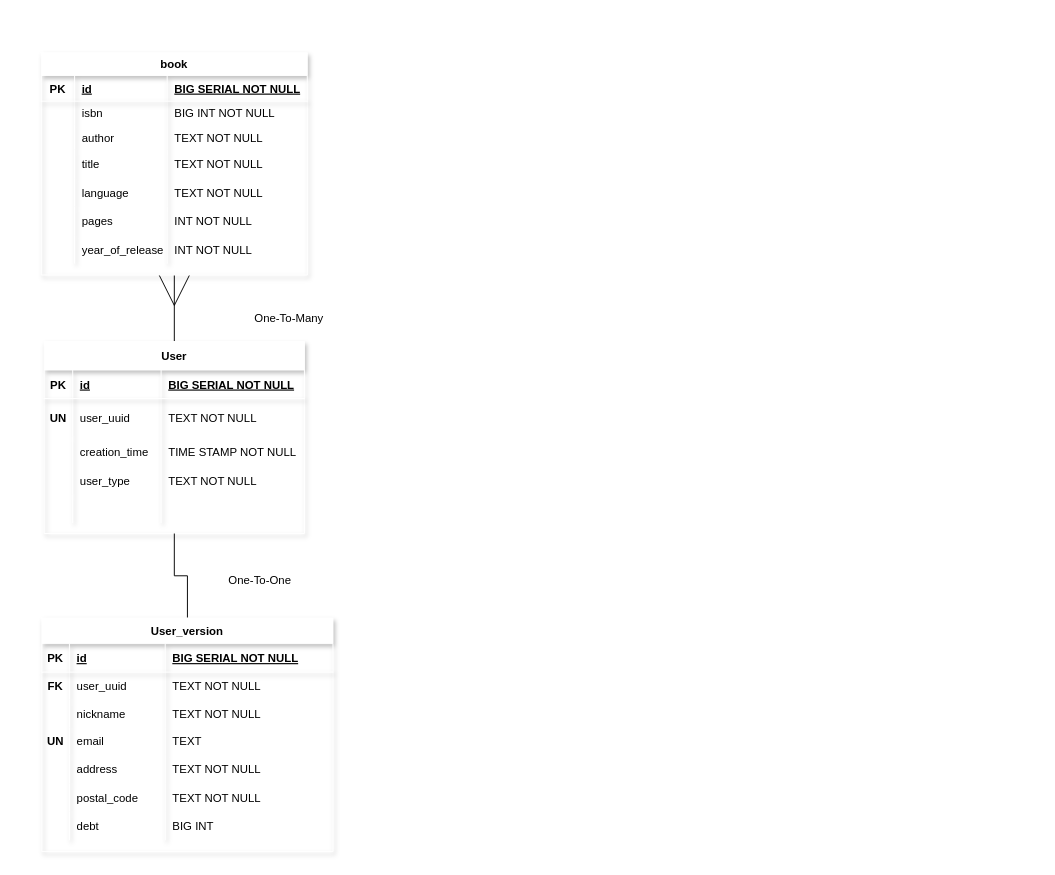
The draw.io diagram src/main/resources/static/Diagram bez tytułu.drawio in rafalm123/library-monolith, before the edit. Source tidied: cells renumbered, new cells numbered last; positions are measured from the earlier drawing's top-left corner, leaving out a move shared by most shapes. Both pictures are drawn from the tidied source at 95%, with x=0, y=0 at pixel (41, 52).
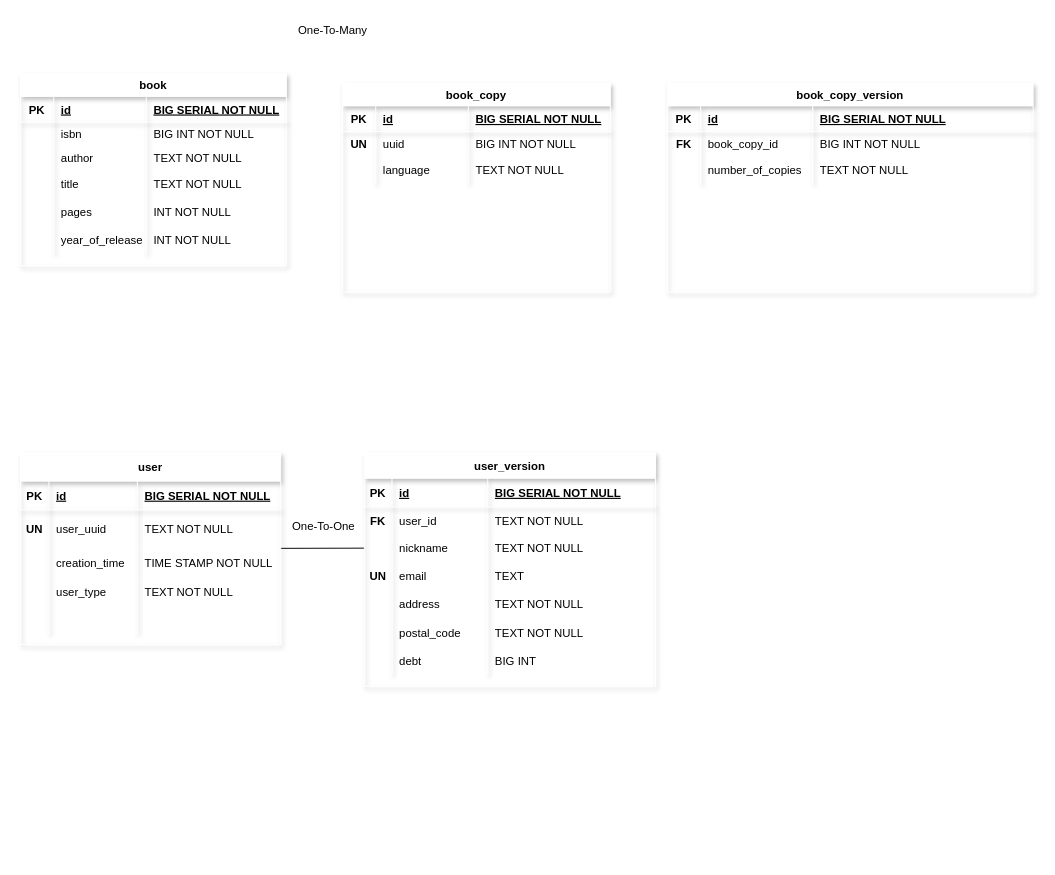
After the change.

The change refers to these unchanged cells:
```xml
<mxCell id="59" style="shape=tableRow;horizontal=0;startSize=0;swimlaneHead=0;swimlaneBody=0;fillColor=none;top=0;left=0;right=0;bottom=0;shadow=1;strokeColor=#FFFFFF;" parent="54" vertex="1">
  <mxGeometry y="57" width="306.5" height="29" as="geometry" />
</mxCell>
<mxCell id="63" style="shape=tableRow;horizontal=0;startSize=0;swimlaneHead=0;swimlaneBody=0;fillColor=none;points=[[0,0.5],[1,0.5]];portConstraint=eastwest;top=0;left=0;right=0;bottom=0;shadow=1;strokeColor=#FFFFFF;" parent="54" vertex="1">
  <mxGeometry y="86" width="306.5" height="29" as="geometry" />
</mxCell>
```

Diff of the diagram source:
```diff
@@
-    <mxCell id="2" style="rounded=0;jettySize=auto;html=1;strokeColor=#000000;exitX=0.5;exitY=0;exitDx=0;exitDy=0;entryX=0.5;entryY=1;entryDx=0;entryDy=0;endArrow=ERmany;endFill=0;endSize=30;" parent="1" edge="1" source="32" target="3">
-      <mxGeometry relative="1" as="geometry" />
-    </mxCell>
     <mxCell id="3" value="book" style="shape=table;startSize=24;childLayout=tableLayout;rowLines=0;fontStyle=1;align=center;shadow=1;strokeColor=#FFFFFF;fillColor=default;" parent="1" vertex="1">
-      <mxGeometry width="280" height="234" as="geometry" />
+      <mxGeometry x="-22" y="22" width="280" height="202.2" as="geometry" />
     </mxCell>
@@
     <mxCell id="16" style="shape=tableRow;horizontal=0;startSize=0;swimlaneHead=0;swimlaneBody=0;fillColor=none;top=0;left=0;right=0;bottom=0;shadow=1;strokeColor=#FFFFFF;" parent="3" vertex="1">
-      <mxGeometry y="102" width="280" height="30" as="geometry" />
+      <mxGeometry y="102" width="280" height="28" as="geometry" />
     </mxCell>
     <mxCell id="17" style="shape=partialRectangle;fillColor=none;top=0;left=0;bottom=0;right=0;overflow=hidden;shadow=1;strokeColor=#FFFFFF;" parent="16" vertex="1">
-      <mxGeometry width="35" height="30" as="geometry" />
+      <mxGeometry width="35" height="28" as="geometry" />
     </mxCell>
     <mxCell id="18" value="title" style="shape=partialRectangle;fillColor=none;top=0;left=0;bottom=0;right=0;align=left;spacingLeft=6;overflow=hidden;shadow=1;strokeColor=#FFFFFF;" parent="16" vertex="1">
-      <mxGeometry x="35" width="97.5" height="30" as="geometry" />
+      <mxGeometry x="35" width="97.5" height="28" as="geometry" />
     </mxCell>
     <mxCell id="19" value="TEXT NOT NULL" style="shape=partialRectangle;fillColor=none;top=0;left=0;bottom=0;right=0;align=left;spacingLeft=6;overflow=hidden;shadow=1;strokeColor=#FFFFFF;" parent="16" vertex="1">
-      <mxGeometry x="132.5" width="147.5" height="30" as="geometry" />
+      <mxGeometry x="132.5" width="147.5" height="28" as="geometry" />
     </mxCell>
-    <mxCell id="20" style="shape=tableRow;horizontal=0;startSize=0;swimlaneHead=0;swimlaneBody=0;fillColor=none;top=0;left=0;right=0;bottom=0;shadow=1;strokeColor=#FFFFFF;" parent="3" vertex="1">
-      <mxGeometry y="132" width="280" height="30" as="geometry" />
-    </mxCell>
-    <mxCell id="21" style="shape=partialRectangle;fillColor=none;top=0;left=0;bottom=0;right=0;overflow=hidden;shadow=1;strokeColor=#FFFFFF;" parent="20" vertex="1">
-      <mxGeometry width="35" height="30" as="geometry" />
-    </mxCell>
-    <mxCell id="22" value="language" style="shape=partialRectangle;fillColor=none;top=0;left=0;bottom=0;right=0;align=left;spacingLeft=6;overflow=hidden;shadow=1;strokeColor=#FFFFFF;" parent="20" vertex="1">
-      <mxGeometry x="35" width="97.5" height="30" as="geometry" />
-    </mxCell>
-    <mxCell id="23" value="TEXT NOT NULL" style="shape=partialRectangle;fillColor=none;top=0;left=0;bottom=0;right=0;align=left;spacingLeft=6;overflow=hidden;shadow=1;strokeColor=#FFFFFF;" parent="20" vertex="1">
-      <mxGeometry x="132.5" width="147.5" height="30" as="geometry" />
-    </mxCell>
     <mxCell id="24" style="shape=tableRow;horizontal=0;startSize=0;swimlaneHead=0;swimlaneBody=0;fillColor=none;top=0;left=0;right=0;bottom=0;shadow=1;strokeColor=#FFFFFF;" parent="3" vertex="1">
-      <mxGeometry y="162" width="280" height="30" as="geometry" />
+      <mxGeometry y="130" width="280" height="30" as="geometry" />
     </mxCell>
@@
     <mxCell id="28" style="shape=tableRow;horizontal=0;startSize=0;swimlaneHead=0;swimlaneBody=0;fillColor=none;top=0;left=0;right=0;bottom=0;shadow=1;strokeColor=#FFFFFF;" parent="3" vertex="1">
-      <mxGeometry y="192" width="280" height="30" as="geometry" />
+      <mxGeometry y="160" width="280" height="30" as="geometry" />
     </mxCell>
@@
+    <mxCell id="85" style="edgeStyle=none;rounded=0;jettySize=auto;html=1;entryX=0;entryY=0.5;entryDx=0;entryDy=0;strokeColor=#000000;endArrow=none;endFill=0;" parent="1" edge="1" source="32" target="63">
+      <mxGeometry relative="1" as="geometry" />
+    </mxCell>
-    <mxCell id="32" value="User" style="shape=table;startSize=30;childLayout=tableLayout;rowLines=0;fontStyle=1;align=center;shadow=1;strokeColor=#FFFFFF;fillColor=default;" parent="1" vertex="1">
-      <mxGeometry x="3" y="304" width="274" height="202.1" as="geometry" />
+    <mxCell id="32" value="user" style="shape=table;startSize=30;childLayout=tableLayout;rowLines=0;fontStyle=1;align=center;shadow=1;strokeColor=#FFFFFF;fillColor=default;" parent="1" vertex="1">
+      <mxGeometry x="-22" y="421" width="274" height="202.1" as="geometry" />
     </mxCell>
@@
-    <mxCell id="53" style="edgeStyle=orthogonalEdgeStyle;rounded=0;jettySize=auto;html=1;entryX=0.5;entryY=1;entryDx=0;entryDy=0;endArrow=none;endFill=0;" parent="1" edge="1" source="54" target="32">
-      <mxGeometry relative="1" as="geometry" />
-    </mxCell>
-    <mxCell id="54" value="User_version" style="shape=table;startSize=27;childLayout=tableLayout;rowLines=0;fontStyle=1;align=center;shadow=1;strokeColor=#FFFFFF;fillColor=default;" parent="1" vertex="1">
-      <mxGeometry x="0.5" y="595" width="306.5" height="245.9" as="geometry" />
+    <mxCell id="54" value="user_version" style="shape=table;startSize=27;childLayout=tableLayout;rowLines=0;fontStyle=1;align=center;shadow=1;strokeColor=#FFFFFF;fillColor=default;" parent="1" vertex="1">
+      <mxGeometry x="340" y="421" width="306.5" height="245.9" as="geometry" />
     </mxCell>
@@
-    <mxCell id="61" value="user_uuid" style="shape=partialRectangle;fillColor=none;top=0;left=0;bottom=0;right=0;align=left;spacingLeft=6;overflow=hidden;shadow=1;strokeColor=#FFFFFF;" parent="59" vertex="1">
+    <mxCell id="61" value="user_id" style="shape=partialRectangle;fillColor=none;top=0;left=0;bottom=0;right=0;align=left;spacingLeft=6;overflow=hidden;shadow=1;strokeColor=#FFFFFF;" parent="59" vertex="1">
       <mxGeometry x="29.1" width="100.8" height="29" as="geometry" />
     </mxCell>
@@
     <mxCell id="83" value="One-To-One&amp;nbsp;" style="text;html=1;strokeColor=none;fillColor=none;align=center;verticalAlign=middle;whiteSpace=wrap;rounded=0;" parent="1" vertex="1">
-      <mxGeometry x="180" y="541" width="104" height="30" as="geometry" />
+      <mxGeometry x="247" y="484" width="104" height="30" as="geometry" />
     </mxCell>
     <mxCell id="84" value="One-To-Many" style="text;html=1;strokeColor=none;fillColor=none;align=center;verticalAlign=middle;whiteSpace=wrap;rounded=0;" parent="1" vertex="1">
-      <mxGeometry x="180" y="265" width="162" height="30" as="geometry" />
+      <mxGeometry x="226" y="-38" width="162" height="30" as="geometry" />
     </mxCell>
+    <mxCell id="86" value="book_copy_version" style="shape=table;startSize=24;childLayout=tableLayout;rowLines=0;fontStyle=1;align=center;shadow=1;strokeColor=#FFFFFF;fillColor=default;" parent="1" vertex="1">
+      <mxGeometry x="659" y="32" width="385" height="220" as="geometry" />
+    </mxCell>
+    <mxCell id="87" style="shape=tableRow;horizontal=0;startSize=0;swimlaneHead=0;swimlaneBody=0;fillColor=none;top=0;left=0;right=0;bottom=1;shadow=1;strokeColor=#FFFFFF;" parent="86" vertex="1">
+      <mxGeometry y="24" width="385" height="27" as="geometry" />
+    </mxCell>
+    <mxCell id="88" value="PK" style="shape=partialRectangle;fillColor=none;top=0;left=0;bottom=0;right=0;fontStyle=1;overflow=hidden;shadow=1;strokeColor=#FFFFFF;" parent="87" vertex="1">
+      <mxGeometry width="35" height="27" as="geometry" />
+    </mxCell>
+    <mxCell id="89" value="id" style="shape=partialRectangle;fillColor=none;top=0;left=0;bottom=0;right=0;align=left;spacingLeft=6;fontStyle=5;overflow=hidden;shadow=1;strokeColor=#FFFFFF;" parent="87" vertex="1">
+      <mxGeometry x="35" width="118" height="27" as="geometry" />
+    </mxCell>
+    <mxCell id="90" value="BIG SERIAL NOT NULL" style="shape=partialRectangle;fillColor=none;top=0;left=0;bottom=0;right=0;align=left;spacingLeft=6;fontStyle=5;overflow=hidden;shadow=1;strokeColor=#FFFFFF;" parent="87" vertex="1">
+      <mxGeometry x="153" width="232" height="27" as="geometry" />
+    </mxCell>
+    <mxCell id="91" style="shape=tableRow;horizontal=0;startSize=0;swimlaneHead=0;swimlaneBody=0;fillColor=none;top=0;left=0;right=0;bottom=0;shadow=1;strokeColor=#FFFFFF;" parent="86" vertex="1">
+      <mxGeometry y="51" width="385" height="25" as="geometry" />
+    </mxCell>
+    <mxCell id="92" value="FK" style="shape=partialRectangle;fillColor=none;top=0;left=0;bottom=0;right=0;overflow=hidden;shadow=1;strokeColor=#FFFFFF;fontStyle=1;" parent="91" vertex="1">
+      <mxGeometry width="35" height="25" as="geometry" />
+    </mxCell>
+    <mxCell id="93" value="book_copy_id" style="shape=partialRectangle;fillColor=none;top=0;left=0;bottom=0;right=0;align=left;spacingLeft=6;overflow=hidden;shadow=1;strokeColor=#FFFFFF;" parent="91" vertex="1">
+      <mxGeometry x="35" width="118" height="25" as="geometry" />
+    </mxCell>
+    <mxCell id="94" value="BIG INT NOT NULL" style="shape=partialRectangle;fillColor=none;top=0;left=0;bottom=0;right=0;align=left;spacingLeft=6;overflow=hidden;shadow=1;strokeColor=#FFFFFF;" parent="91" vertex="1">
+      <mxGeometry x="153" width="232" height="25" as="geometry" />
+    </mxCell>
+    <mxCell id="95" style="shape=tableRow;horizontal=0;startSize=0;swimlaneHead=0;swimlaneBody=0;fillColor=none;top=0;left=0;right=0;bottom=0;shadow=1;strokeColor=#FFFFFF;" parent="86" vertex="1">
+      <mxGeometry y="76" width="385" height="30" as="geometry" />
+    </mxCell>
+    <mxCell id="96" style="shape=partialRectangle;fillColor=none;top=0;left=0;bottom=0;right=0;overflow=hidden;shadow=1;strokeColor=#FFFFFF;" parent="95" vertex="1">
+      <mxGeometry width="35" height="30" as="geometry" />
+    </mxCell>
+    <mxCell id="97" value="number_of_copies" style="shape=partialRectangle;fillColor=none;top=0;left=0;bottom=0;right=0;align=left;spacingLeft=6;overflow=hidden;shadow=1;strokeColor=#FFFFFF;" parent="95" vertex="1">
+      <mxGeometry x="35" width="118" height="30" as="geometry" />
+    </mxCell>
+    <mxCell id="98" value="TEXT NOT NULL" style="shape=partialRectangle;fillColor=none;top=0;left=0;bottom=0;right=0;align=left;spacingLeft=6;overflow=hidden;shadow=1;strokeColor=#FFFFFF;" parent="95" vertex="1">
+      <mxGeometry x="153" width="232" height="30" as="geometry" />
+    </mxCell>
+    <mxCell id="99" value="book_copy" style="shape=table;startSize=24;childLayout=tableLayout;rowLines=0;fontStyle=1;align=center;shadow=1;strokeColor=#FFFFFF;fillColor=default;" parent="1" vertex="1">
+      <mxGeometry x="317" y="32" width="282" height="220" as="geometry" />
+    </mxCell>
+    <mxCell id="100" style="shape=tableRow;horizontal=0;startSize=0;swimlaneHead=0;swimlaneBody=0;fillColor=none;top=0;left=0;right=0;bottom=1;shadow=1;strokeColor=#FFFFFF;" parent="99" vertex="1">
+      <mxGeometry y="24" width="282" height="27" as="geometry" />
+    </mxCell>
+    <mxCell id="101" value="PK" style="shape=partialRectangle;fillColor=none;top=0;left=0;bottom=0;right=0;fontStyle=1;overflow=hidden;shadow=1;strokeColor=#FFFFFF;" parent="100" vertex="1">
+      <mxGeometry width="35" height="27" as="geometry" />
+    </mxCell>
+    <mxCell id="102" value="id" style="shape=partialRectangle;fillColor=none;top=0;left=0;bottom=0;right=0;align=left;spacingLeft=6;fontStyle=5;overflow=hidden;shadow=1;strokeColor=#FFFFFF;" parent="100" vertex="1">
+      <mxGeometry x="35" width="97.5" height="27" as="geometry" />
+    </mxCell>
+    <mxCell id="103" value="BIG SERIAL NOT NULL" style="shape=partialRectangle;fillColor=none;top=0;left=0;bottom=0;right=0;align=left;spacingLeft=6;fontStyle=5;overflow=hidden;shadow=1;strokeColor=#FFFFFF;" parent="100" vertex="1">
+      <mxGeometry x="132.5" width="149.5" height="27" as="geometry" />
+    </mxCell>
+    <mxCell id="104" style="shape=tableRow;horizontal=0;startSize=0;swimlaneHead=0;swimlaneBody=0;fillColor=none;top=0;left=0;right=0;bottom=0;shadow=1;strokeColor=#FFFFFF;" parent="99" vertex="1">
+      <mxGeometry y="51" width="282" height="25" as="geometry" />
+    </mxCell>
+    <mxCell id="105" value="UN" style="shape=partialRectangle;fillColor=none;top=0;left=0;bottom=0;right=0;overflow=hidden;shadow=1;strokeColor=#FFFFFF;fontStyle=1;" parent="104" vertex="1">
+      <mxGeometry width="35" height="25" as="geometry" />
+    </mxCell>
+    <mxCell id="106" value="uuid" style="shape=partialRectangle;fillColor=none;top=0;left=0;bottom=0;right=0;align=left;spacingLeft=6;overflow=hidden;shadow=1;strokeColor=#FFFFFF;" parent="104" vertex="1">
+      <mxGeometry x="35" width="97.5" height="25" as="geometry" />
+    </mxCell>
+    <mxCell id="107" value="BIG INT NOT NULL" style="shape=partialRectangle;fillColor=none;top=0;left=0;bottom=0;right=0;align=left;spacingLeft=6;overflow=hidden;shadow=1;strokeColor=#FFFFFF;" parent="104" vertex="1">
+      <mxGeometry x="132.5" width="149.5" height="25" as="geometry" />
+    </mxCell>
+    <mxCell id="108" style="shape=tableRow;horizontal=0;startSize=0;swimlaneHead=0;swimlaneBody=0;fillColor=none;top=0;left=0;right=0;bottom=0;shadow=1;strokeColor=#FFFFFF;" parent="99" vertex="1">
+      <mxGeometry y="76" width="282" height="30" as="geometry" />
+    </mxCell>
+    <mxCell id="109" style="shape=partialRectangle;fillColor=none;top=0;left=0;bottom=0;right=0;overflow=hidden;shadow=1;strokeColor=#FFFFFF;" parent="108" vertex="1">
+      <mxGeometry width="35" height="30" as="geometry" />
+    </mxCell>
+    <mxCell id="22" value="language" style="shape=partialRectangle;fillColor=none;top=0;left=0;bottom=0;right=0;align=left;spacingLeft=6;overflow=hidden;shadow=1;strokeColor=#FFFFFF;" parent="108" vertex="1">
+      <mxGeometry x="35" width="97.5" height="30" as="geometry" />
+    </mxCell>
+    <mxCell id="110" value="TEXT NOT NULL" style="shape=partialRectangle;fillColor=none;top=0;left=0;bottom=0;right=0;align=left;spacingLeft=6;overflow=hidden;shadow=1;strokeColor=#FFFFFF;" parent="108" vertex="1">
+      <mxGeometry x="132.5" width="149.5" height="30" as="geometry" />
+    </mxCell>
```
